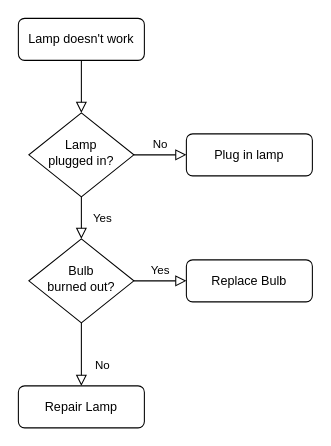
KryptoKev/KryptoKev keeps this draw.io diagram as Untitled Diagram.drawio. Above is the earlier version. Source tidied: cells renumbered, new cells numbered last; positions are measured from the earlier drawing's top-left corner, leaving out a move shared by most shapes. Both pictures are drawn from the tidied source at 105%, with x=0, y=0 at pixel (18, 18).
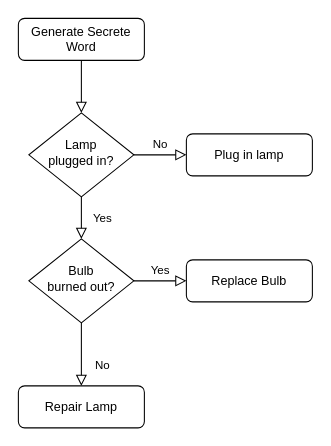
The same diagram, later.

What changed in the source:
```diff
@@
 <mxGraphModel>
   <root>
     <mxCell id="0" />
     <mxCell id="1" parent="0" />
     <mxCell id="2" style="rounded=0;html=1;jettySize=auto;fontSize=11;endArrow=block;endFill=0;endSize=8;strokeWidth=1;shadow=0;labelBackgroundColor=none;edgeStyle=orthogonalEdgeStyle;" parent="1" edge="1" source="3" target="6">
       <mxGeometry relative="1" as="geometry" />
     </mxCell>
-    <mxCell id="3" value="Lamp doesn't work" style="rounded=1;whiteSpace=wrap;html=1;fontSize=12;glass=0;strokeWidth=1;shadow=0;" parent="1" vertex="1">
+    <mxCell id="3" value="Generate Secrete Word" style="rounded=1;whiteSpace=wrap;html=1;fontSize=12;glass=0;strokeWidth=1;shadow=0;" parent="1" vertex="1">
       <mxGeometry width="120" height="40" as="geometry" />
     </mxCell>
     <mxCell id="4" value="Yes" style="rounded=0;html=1;jettySize=auto;fontSize=11;endArrow=block;endFill=0;endSize=8;strokeWidth=1;shadow=0;labelBackgroundColor=none;edgeStyle=orthogonalEdgeStyle;" parent="1" edge="1" source="6" target="10">
       <mxGeometry y="20" relative="1" as="geometry" />
     </mxCell>
     <mxCell id="5" value="No" style="edgeStyle=orthogonalEdgeStyle;rounded=0;html=1;jettySize=auto;fontSize=11;endArrow=block;endFill=0;endSize=8;strokeWidth=1;shadow=0;labelBackgroundColor=none;" parent="1" edge="1" source="6" target="7">
       <mxGeometry y="10" relative="1" as="geometry" />
     </mxCell>
     <mxCell id="6" value="Lamp&lt;br&gt;plugged in?" style="rhombus;whiteSpace=wrap;html=1;shadow=0;fontFamily=Helvetica;fontSize=12;align=center;strokeWidth=1;spacing=6;spacingTop=-4;" parent="1" vertex="1">
       <mxGeometry x="10" y="90" width="100" height="80" as="geometry" />
     </mxCell>
     <mxCell id="7" value="Plug in lamp" style="rounded=1;whiteSpace=wrap;html=1;fontSize=12;glass=0;strokeWidth=1;shadow=0;" parent="1" vertex="1">
       <mxGeometry x="160" y="110" width="120" height="40" as="geometry" />
     </mxCell>
     <mxCell id="8" value="No" style="rounded=0;html=1;jettySize=auto;fontSize=11;endArrow=block;endFill=0;endSize=8;strokeWidth=1;shadow=0;labelBackgroundColor=none;edgeStyle=orthogonalEdgeStyle;" parent="1" edge="1" source="10" target="11">
       <mxGeometry x="0.33" y="20" relative="1" as="geometry" />
     </mxCell>
     <mxCell id="9" value="Yes" style="edgeStyle=orthogonalEdgeStyle;rounded=0;html=1;jettySize=auto;fontSize=11;endArrow=block;endFill=0;endSize=8;strokeWidth=1;shadow=0;labelBackgroundColor=none;" parent="1" edge="1" source="10" target="12">
       <mxGeometry y="10" relative="1" as="geometry" />
     </mxCell>
     <mxCell id="10" value="Bulb&lt;br&gt;burned out?" style="rhombus;whiteSpace=wrap;html=1;shadow=0;fontFamily=Helvetica;fontSize=12;align=center;strokeWidth=1;spacing=6;spacingTop=-4;" parent="1" vertex="1">
       <mxGeometry x="10" y="210" width="100" height="80" as="geometry" />
     </mxCell>
     <mxCell id="11" value="Repair Lamp" style="rounded=1;whiteSpace=wrap;html=1;fontSize=12;glass=0;strokeWidth=1;shadow=0;" parent="1" vertex="1">
       <mxGeometry y="350" width="120" height="40" as="geometry" />
     </mxCell>
     <mxCell id="12" value="Replace Bulb" style="rounded=1;whiteSpace=wrap;html=1;fontSize=12;glass=0;strokeWidth=1;shadow=0;" parent="1" vertex="1">
       <mxGeometry x="160" y="230" width="120" height="40" as="geometry" />
     </mxCell>
   </root>
 </mxGraphModel>
```
